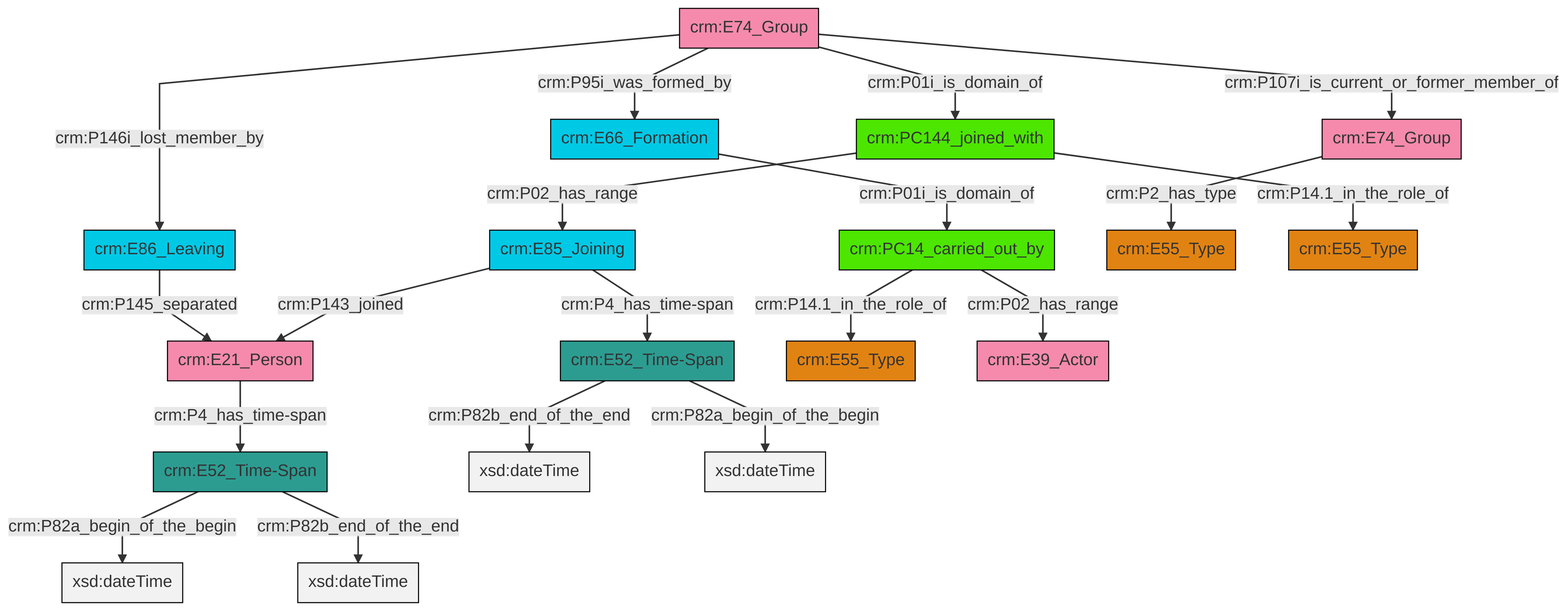
swiss-art-research-net/docs.swissartresearch keeps this Mermaid diagram as et/groupCSV/ttl/mmd/png/group_actor_relations.png. Above is the earlier version. Its source is kept beside it as et/groupCSV/ttl/mmd/group_actor_relations.ttl.mmd.
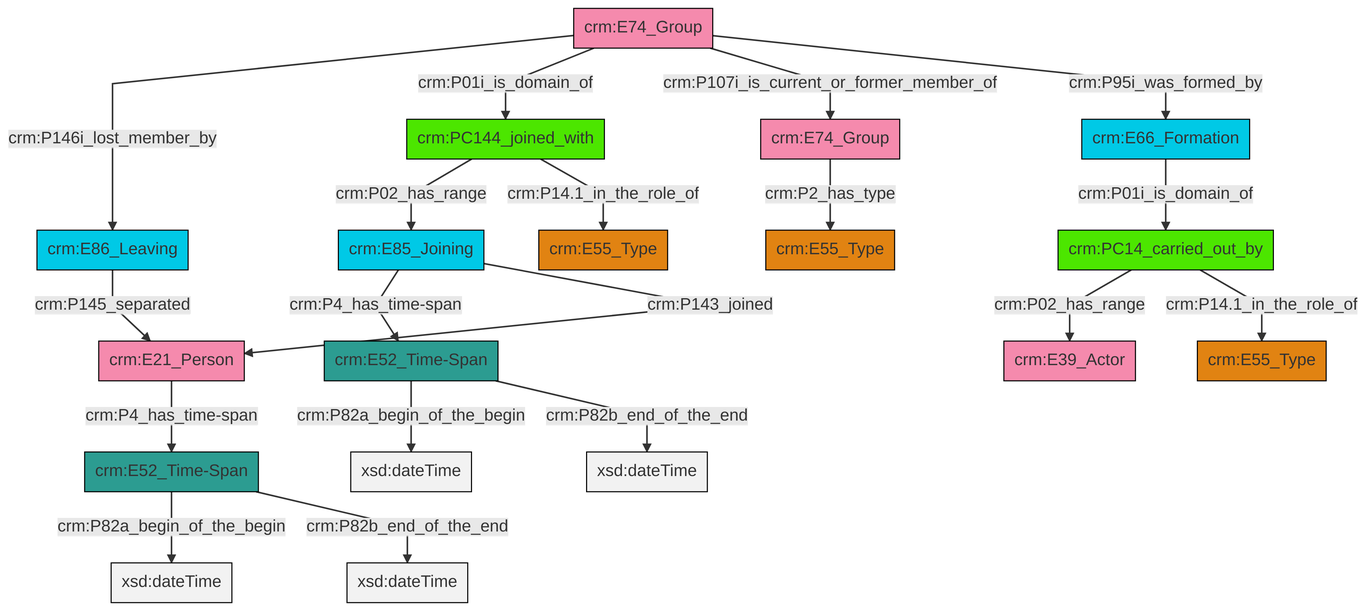
The same diagram one commit later.

What changed in the source:
```diff
@@ -13,21 +13,21 @@
 classDef PC_Classes fill:#4ce600, stroke:#000000;
 classDef Multi fill:#cccccc,stroke:#000000;
 
-0["crm:E21_Person"]:::Actor -->|crm:P4_has_time-span| 1["crm:E52_Time-Span"]:::Time-Span
-2["crm:E52_Time-Span"]:::Time-Span -->|crm:P82b_end_of_the_end| 3[xsd:dateTime]:::Literal
-2["crm:E52_Time-Span"]:::Time-Span -->|crm:P82a_begin_of_the_begin| 4[xsd:dateTime]:::Literal
-5["crm:E74_Group"]:::Actor -->|crm:P107i_is_current_or_former_member_of| 6["crm:E74_Group"]:::Actor
-7["crm:PC14_carried_out_by"]:::PC_Classes -->|crm:P14.1_in_the_role_of| 8["crm:E55_Type"]:::Type
-10["crm:E86_Leaving"]:::Temporal_Entity -->|crm:P145_separated| 0["crm:E21_Person"]:::Actor
-5["crm:E74_Group"]:::Actor -->|crm:P146i_lost_member_by| 10["crm:E86_Leaving"]:::Temporal_Entity
-11["crm:E85_Joining"]:::Temporal_Entity -->|crm:P4_has_time-span| 2["crm:E52_Time-Span"]:::Time-Span
-6["crm:E74_Group"]:::Actor -->|crm:P2_has_type| 14["crm:E55_Type"]:::Type
-15["crm:E66_Formation"]:::Temporal_Entity -->|crm:P01i_is_domain_of| 7["crm:PC14_carried_out_by"]:::PC_Classes
-18["crm:PC144_joined_with"]:::PC_Classes -->|crm:P14.1_in_the_role_of| 16["crm:E55_Type"]:::Type
-7["crm:PC14_carried_out_by"]:::PC_Classes -->|crm:P02_has_range| 21["crm:E39_Actor"]:::Actor
-5["crm:E74_Group"]:::Actor -->|crm:P95i_was_formed_by| 15["crm:E66_Formation"]:::Temporal_Entity
-5["crm:E74_Group"]:::Actor -->|crm:P01i_is_domain_of| 18["crm:PC144_joined_with"]:::PC_Classes
-1["crm:E52_Time-Span"]:::Time-Span -->|crm:P82a_begin_of_the_begin| 23[xsd:dateTime]:::Literal
-1["crm:E52_Time-Span"]:::Time-Span -->|crm:P82b_end_of_the_end| 31[xsd:dateTime]:::Literal
-11["crm:E85_Joining"]:::Temporal_Entity -->|crm:P143_joined| 0["crm:E21_Person"]:::Actor
-18["crm:PC144_joined_with"]:::PC_Classes -->|crm:P02_has_range| 11["crm:E85_Joining"]:::Temporal_Entity
+0["crm:E74_Group"]:::Actor -->|crm:P2_has_type| 1["crm:E55_Type"]:::Type
+2["crm:E74_Group"]:::Actor -->|crm:P146i_lost_member_by| 3["crm:E86_Leaving"]:::Temporal_Entity
+2["crm:E74_Group"]:::Actor -->|crm:P01i_is_domain_of| 4["crm:PC144_joined_with"]:::PC_Classes
+5["crm:PC14_carried_out_by"]:::PC_Classes -->|crm:P02_has_range| 6["crm:E39_Actor"]:::Actor
+5["crm:PC14_carried_out_by"]:::PC_Classes -->|crm:P14.1_in_the_role_of| 10["crm:E55_Type"]:::Type
+4["crm:PC144_joined_with"]:::PC_Classes -->|crm:P02_has_range| 12["crm:E85_Joining"]:::Temporal_Entity
+8["crm:E21_Person"]:::Actor -->|crm:P4_has_time-span| 13["crm:E52_Time-Span"]:::Time-Span
+4["crm:PC144_joined_with"]:::PC_Classes -->|crm:P14.1_in_the_role_of| 16["crm:E55_Type"]:::Type
+3["crm:E86_Leaving"]:::Temporal_Entity -->|crm:P145_separated| 8["crm:E21_Person"]:::Actor
+19["crm:E52_Time-Span"]:::Time-Span -->|crm:P82a_begin_of_the_begin| 20[xsd:dateTime]:::Literal
+12["crm:E85_Joining"]:::Temporal_Entity -->|crm:P4_has_time-span| 19["crm:E52_Time-Span"]:::Time-Span
+2["crm:E74_Group"]:::Actor -->|crm:P107i_is_current_or_former_member_of| 0["crm:E74_Group"]:::Actor
+2["crm:E74_Group"]:::Actor -->|crm:P95i_was_formed_by| 23["crm:E66_Formation"]:::Temporal_Entity
+13["crm:E52_Time-Span"]:::Time-Span -->|crm:P82a_begin_of_the_begin| 26[xsd:dateTime]:::Literal
+23["crm:E66_Formation"]:::Temporal_Entity -->|crm:P01i_is_domain_of| 5["crm:PC14_carried_out_by"]:::PC_Classes
+19["crm:E52_Time-Span"]:::Time-Span -->|crm:P82b_end_of_the_end| 29[xsd:dateTime]:::Literal
+12["crm:E85_Joining"]:::Temporal_Entity -->|crm:P143_joined| 8["crm:E21_Person"]:::Actor
+13["crm:E52_Time-Span"]:::Time-Span -->|crm:P82b_end_of_the_end| 30[xsd:dateTime]:::Literal
```
